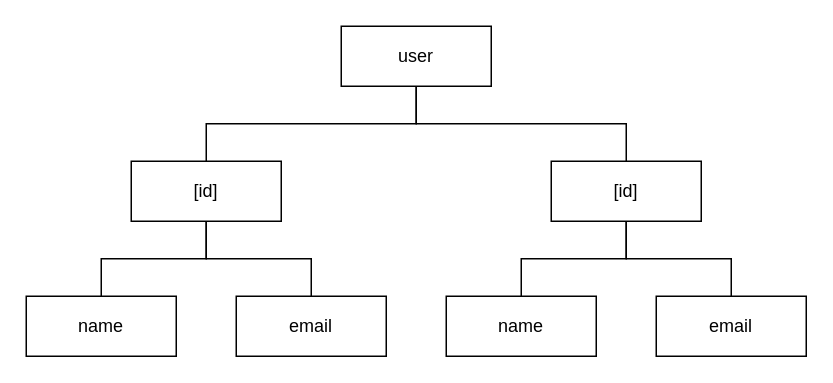
Above: The Web/static/apitree.drawio in sistembeyimiz-001/code-web (draw.io), before the change. Source tidied: cells renumbered, new cells numbered last; positions are measured from the earlier drawing's top-left corner, leaving out a move shared by most shapes. Both pictures are drawn from the tidied source at 150%, with x=0, y=0 at pixel (26, 26).
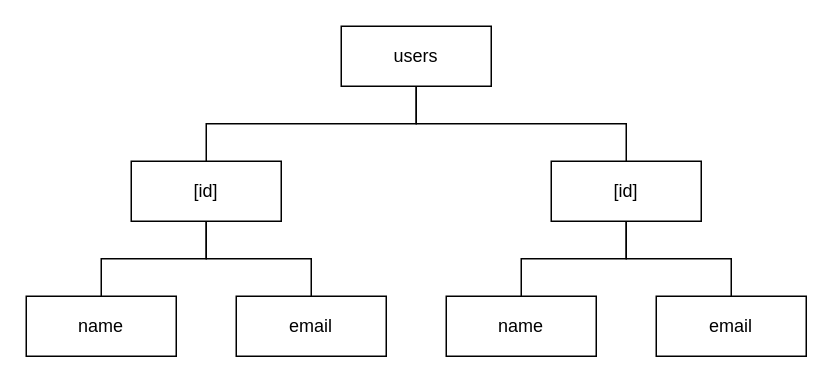
The same diagram, later.

What changed in the source:
```diff
@@
 <mxGraphModel>
   <root>
     <mxCell id="0" />
     <mxCell id="1" parent="0" />
     <mxCell id="2" value="[id]" style="whiteSpace=wrap;html=1;" parent="1" vertex="1">
       <mxGeometry x="350" y="90" width="100" height="40" as="geometry" />
     </mxCell>
     <mxCell id="3" value="name" style="whiteSpace=wrap;html=1;" parent="1" vertex="1">
       <mxGeometry x="280" y="180" width="100" height="40" as="geometry" />
     </mxCell>
     <mxCell id="4" style="edgeStyle=elbowEdgeStyle;elbow=vertical;html=1;rounded=0;entryX=0.5;entryY=0;entryDx=0;entryDy=0;endArrow=none;endFill=0;" parent="1" edge="1" source="2" target="3">
       <mxGeometry relative="1" as="geometry" />
     </mxCell>
     <mxCell id="5" value="email" style="whiteSpace=wrap;html=1;" parent="1" vertex="1">
       <mxGeometry x="420" y="180" width="100" height="40" as="geometry" />
     </mxCell>
     <mxCell id="6" style="edgeStyle=elbowEdgeStyle;elbow=vertical;html=1;rounded=0;endArrow=none;endFill=0;" parent="1" edge="1" source="2">
       <mxGeometry relative="1" as="geometry">
         <mxPoint x="470" y="180" as="targetPoint" />
       </mxGeometry>
     </mxCell>
     <mxCell id="7" value="[id]" style="whiteSpace=wrap;html=1;" parent="1" vertex="1">
       <mxGeometry x="70" y="90" width="100" height="40" as="geometry" />
     </mxCell>
     <mxCell id="8" value="name" style="whiteSpace=wrap;html=1;" parent="1" vertex="1">
       <mxGeometry y="180" width="100" height="40" as="geometry" />
     </mxCell>
     <mxCell id="9" style="edgeStyle=elbowEdgeStyle;elbow=vertical;html=1;rounded=0;entryX=0.5;entryY=0;entryDx=0;entryDy=0;endArrow=none;endFill=0;" parent="1" edge="1" source="7" target="8">
       <mxGeometry relative="1" as="geometry" />
     </mxCell>
     <mxCell id="10" value="email" style="whiteSpace=wrap;html=1;" parent="1" vertex="1">
       <mxGeometry x="140" y="180" width="100" height="40" as="geometry" />
     </mxCell>
     <mxCell id="11" style="edgeStyle=elbowEdgeStyle;elbow=vertical;html=1;rounded=0;entryX=0.5;entryY=0;entryDx=0;entryDy=0;endArrow=none;endFill=0;" parent="1" edge="1" source="7" target="10">
       <mxGeometry relative="1" as="geometry" />
     </mxCell>
-    <mxCell id="12" value="user" style="whiteSpace=wrap;html=1;" parent="1" vertex="1">
+    <mxCell id="12" value="users" style="whiteSpace=wrap;html=1;" parent="1" vertex="1">
       <mxGeometry x="210" width="100" height="40" as="geometry" />
     </mxCell>
     <mxCell id="13" style="edgeStyle=elbowEdgeStyle;elbow=vertical;html=1;rounded=0;entryX=0.5;entryY=0;entryDx=0;entryDy=0;endArrow=none;endFill=0;" parent="1" edge="1" source="12" target="7">
       <mxGeometry relative="1" as="geometry" />
     </mxCell>
     <mxCell id="14" style="edgeStyle=elbowEdgeStyle;elbow=vertical;html=1;rounded=0;entryX=0.5;entryY=0;entryDx=0;entryDy=0;endArrow=none;endFill=0;" parent="1" edge="1" source="12" target="2">
       <mxGeometry relative="1" as="geometry" />
     </mxCell>
   </root>
 </mxGraphModel>
```
